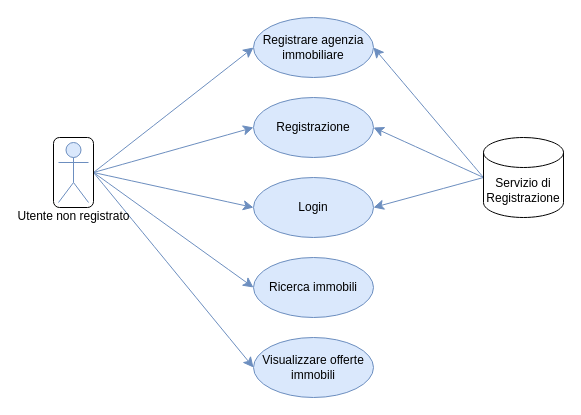
The draw.io diagram diagrammi/UseCase-compratore.drawio in Sperob98/Documentazione-DietiEstates25, before the edit. Source tidied: cells renumbered, new cells numbered last; positions are measured from the earlier drawing's top-left corner, leaving out a move shared by most shapes. Both pictures are drawn from the tidied source at 100%, with x=0, y=0 at pixel (53, 17).
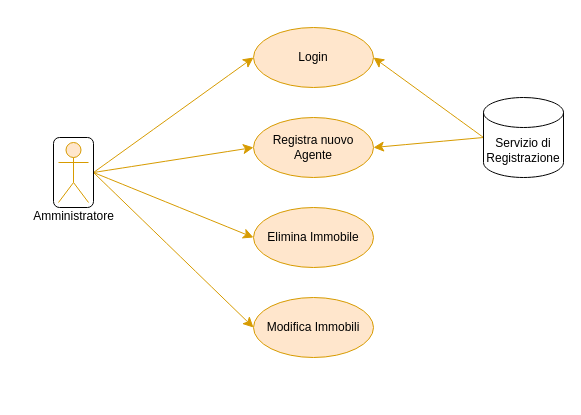
After the change.

Diff of the diagram source:
```diff
@@
 <mxGraphModel>
   <root>
     <mxCell id="0" />
     <mxCell id="1" parent="0" />
-    <mxCell id="2" style="edgeStyle=none;curved=1;rounded=0;jettySize=auto;html=1;exitX=1;exitY=0.5;exitDx=0;exitDy=0;entryX=0;entryY=0.5;entryDx=0;entryDy=0;fontSize=12;startSize=8;endSize=8;fillColor=#dae8fc;strokeColor=#6c8ebf;" parent="1" edge="1" source="16" target="6">
+    <mxCell id="2" style="edgeStyle=none;curved=1;rounded=0;jettySize=auto;html=1;exitX=1;exitY=0.5;exitDx=0;exitDy=0;entryX=0;entryY=0.5;entryDx=0;entryDy=0;fontSize=12;startSize=8;endSize=8;fillColor=#ffe6cc;strokeColor=#d79b00;" parent="1" edge="1" source="16" target="6">
       <mxGeometry relative="1" as="geometry" />
     </mxCell>
-    <mxCell id="3" style="edgeStyle=none;curved=1;rounded=0;jettySize=auto;html=1;exitX=1;exitY=0.5;exitDx=0;exitDy=0;entryX=0;entryY=0.5;entryDx=0;entryDy=0;fontSize=12;startSize=8;endSize=8;fillColor=#dae8fc;strokeColor=#6c8ebf;" parent="1" edge="1" source="16" target="7">
-      <mxGeometry relative="1" as="geometry" />
-    </mxCell>
-    <mxCell id="4" style="edgeStyle=none;curved=1;rounded=0;jettySize=auto;html=1;exitX=1;exitY=0.5;exitDx=0;exitDy=0;entryX=0;entryY=0.5;entryDx=0;entryDy=0;fontSize=12;startSize=8;endSize=8;fillColor=#dae8fc;strokeColor=#6c8ebf;" parent="1" edge="1" source="16" target="8">
+    <mxCell id="4" style="edgeStyle=none;curved=1;rounded=0;jettySize=auto;html=1;exitX=1;exitY=0.5;exitDx=0;exitDy=0;entryX=0;entryY=0.5;entryDx=0;entryDy=0;fontSize=12;startSize=8;endSize=8;fillColor=#ffe6cc;strokeColor=#d79b00;" parent="1" edge="1" source="16" target="8">
       <mxGeometry relative="1" as="geometry" />
     </mxCell>
-    <mxCell id="5" style="edgeStyle=none;curved=1;rounded=0;jettySize=auto;html=1;exitX=1;exitY=0.5;exitDx=0;exitDy=0;entryX=0;entryY=0.5;entryDx=0;entryDy=0;fontSize=12;startSize=8;endSize=8;fillColor=#dae8fc;strokeColor=#6c8ebf;" parent="1" edge="1" source="16" target="10">
+    <mxCell id="5" style="edgeStyle=none;curved=1;rounded=0;jettySize=auto;html=1;exitX=1;exitY=0.5;exitDx=0;exitDy=0;entryX=0;entryY=0.5;entryDx=0;entryDy=0;fontSize=12;startSize=8;endSize=8;fillColor=#ffe6cc;strokeColor=#d79b00;" parent="1" edge="1" source="16" target="10">
       <mxGeometry relative="1" as="geometry" />
     </mxCell>
-    <mxCell id="6" value="Registrare agenzia immobiliare" style="ellipse;whiteSpace=wrap;html=1;rounded=0;fillColor=#dae8fc;strokeColor=#6c8ebf;" parent="1" vertex="1">
-      <mxGeometry x="200" width="120" height="60" as="geometry" />
+    <mxCell id="6" value="Registra nuovo Agente" style="ellipse;whiteSpace=wrap;html=1;rounded=0;fillColor=#ffe6cc;strokeColor=#d79b00;" parent="1" vertex="1">
+      <mxGeometry x="200" y="100" width="120" height="60" as="geometry" />
     </mxCell>
-    <mxCell id="7" value="Registrazione" style="ellipse;whiteSpace=wrap;html=1;rounded=0;fillColor=#dae8fc;strokeColor=#6c8ebf;" parent="1" vertex="1">
-      <mxGeometry x="200" y="80" width="120" height="60" as="geometry" />
-    </mxCell>
-    <mxCell id="8" value="Login" style="ellipse;whiteSpace=wrap;html=1;rounded=0;fillColor=#dae8fc;strokeColor=#6c8ebf;" parent="1" vertex="1">
-      <mxGeometry x="200" y="160" width="120" height="60" as="geometry" />
+    <mxCell id="8" value="Login" style="ellipse;whiteSpace=wrap;html=1;rounded=0;fillColor=#ffe6cc;strokeColor=#d79b00;" parent="1" vertex="1">
+      <mxGeometry x="200" y="10" width="120" height="60" as="geometry" />
     </mxCell>
-    <mxCell id="9" value="Ricerca immobili" style="ellipse;whiteSpace=wrap;html=1;rounded=0;fillColor=#dae8fc;strokeColor=#6c8ebf;" parent="1" vertex="1">
-      <mxGeometry x="200" y="240" width="120" height="60" as="geometry" />
+    <mxCell id="9" value="Elimina Immobile" style="ellipse;whiteSpace=wrap;html=1;rounded=0;fillColor=#ffe6cc;strokeColor=#d79b00;" parent="1" vertex="1">
+      <mxGeometry x="200" y="190" width="120" height="60" as="geometry" />
     </mxCell>
-    <mxCell id="10" value="Visualizzare offerte immobili" style="ellipse;whiteSpace=wrap;html=1;rounded=0;fillColor=#dae8fc;strokeColor=#6c8ebf;" parent="1" vertex="1">
-      <mxGeometry x="200" y="320" width="120" height="60" as="geometry" />
+    <mxCell id="10" value="Modifica Immobili" style="ellipse;whiteSpace=wrap;html=1;rounded=0;fillColor=#ffe6cc;strokeColor=#d79b00;" parent="1" vertex="1">
+      <mxGeometry x="200" y="280" width="120" height="60" as="geometry" />
     </mxCell>
-    <mxCell id="11" style="edgeStyle=none;curved=1;rounded=0;jettySize=auto;html=1;exitX=0;exitY=0.5;exitDx=0;exitDy=0;exitPerimeter=0;entryX=1;entryY=0.5;entryDx=0;entryDy=0;fontSize=12;startSize=8;endSize=8;fillColor=#dae8fc;strokeColor=#6c8ebf;" parent="1" edge="1" source="14" target="6">
+    <mxCell id="11" style="edgeStyle=none;curved=1;rounded=0;jettySize=auto;html=1;exitX=0;exitY=0.5;exitDx=0;exitDy=0;exitPerimeter=0;entryX=1;entryY=0.5;entryDx=0;entryDy=0;fontSize=12;startSize=8;endSize=8;fillColor=#ffe6cc;strokeColor=#d79b00;" parent="1" edge="1" source="14" target="6">
       <mxGeometry relative="1" as="geometry" />
     </mxCell>
-    <mxCell id="12" style="edgeStyle=none;curved=1;rounded=0;jettySize=auto;html=1;exitX=0;exitY=0.5;exitDx=0;exitDy=0;exitPerimeter=0;entryX=1;entryY=0.5;entryDx=0;entryDy=0;fontSize=12;startSize=8;endSize=8;fillColor=#dae8fc;strokeColor=#6c8ebf;" parent="1" edge="1" source="14" target="7">
-      <mxGeometry relative="1" as="geometry" />
-    </mxCell>
-    <mxCell id="13" style="edgeStyle=none;curved=1;rounded=0;jettySize=auto;html=1;exitX=0;exitY=0.5;exitDx=0;exitDy=0;exitPerimeter=0;entryX=1;entryY=0.5;entryDx=0;entryDy=0;fontSize=12;startSize=8;endSize=8;fillColor=#dae8fc;strokeColor=#6c8ebf;" parent="1" edge="1" source="14" target="8">
+    <mxCell id="13" style="edgeStyle=none;curved=1;rounded=0;jettySize=auto;html=1;exitX=0;exitY=0.5;exitDx=0;exitDy=0;exitPerimeter=0;entryX=1;entryY=0.5;entryDx=0;entryDy=0;fontSize=12;startSize=8;endSize=8;fillColor=#ffe6cc;strokeColor=#d79b00;" parent="1" edge="1" source="14" target="8">
       <mxGeometry relative="1" as="geometry" />
     </mxCell>
     <mxCell id="14" value="Servizio di Registrazione" style="shape=cylinder3;whiteSpace=wrap;html=1;boundedLbl=1;backgroundOutline=1;size=15;rounded=0;" parent="1" vertex="1">
-      <mxGeometry x="430" y="120" width="80" height="80" as="geometry" />
+      <mxGeometry x="430" y="80" width="80" height="80" as="geometry" />
     </mxCell>
-    <mxCell id="15" style="edgeStyle=none;curved=1;rounded=0;jettySize=auto;html=1;exitX=1;exitY=0.5;exitDx=0;exitDy=0;fontSize=12;startSize=8;endSize=8;entryX=0;entryY=0.5;entryDx=0;entryDy=0;fillColor=#dae8fc;strokeColor=#6c8ebf;" parent="1" edge="1" source="16" target="9">
+    <mxCell id="15" style="edgeStyle=none;curved=1;rounded=0;jettySize=auto;html=1;exitX=1;exitY=0.5;exitDx=0;exitDy=0;fontSize=12;startSize=8;endSize=8;entryX=0;entryY=0.5;entryDx=0;entryDy=0;fillColor=#ffe6cc;strokeColor=#d79b00;" parent="1" edge="1" source="16" target="9">
       <mxGeometry relative="1" as="geometry" />
     </mxCell>
     <mxCell id="16" style="rounded=1;whiteSpace=wrap;html=1;" parent="1" vertex="1">
       <mxGeometry y="120" width="40" height="70" as="geometry" />
     </mxCell>
-    <mxCell id="17" value="Utente non registrato" style="shape=umlActor;verticalLabelPosition=bottom;verticalAlign=top;html=1;rounded=0;fillColor=#dae8fc;strokeColor=#6c8ebf;" parent="1" vertex="1">
+    <mxCell id="17" value="Amministratore" style="shape=umlActor;verticalLabelPosition=bottom;verticalAlign=top;html=1;rounded=0;fillColor=#ffe6cc;strokeColor=#d79b00;" parent="1" vertex="1">
       <mxGeometry x="5" y="125" width="30" height="60" as="geometry" />
     </mxCell>
   </root>
 </mxGraphModel>
```
